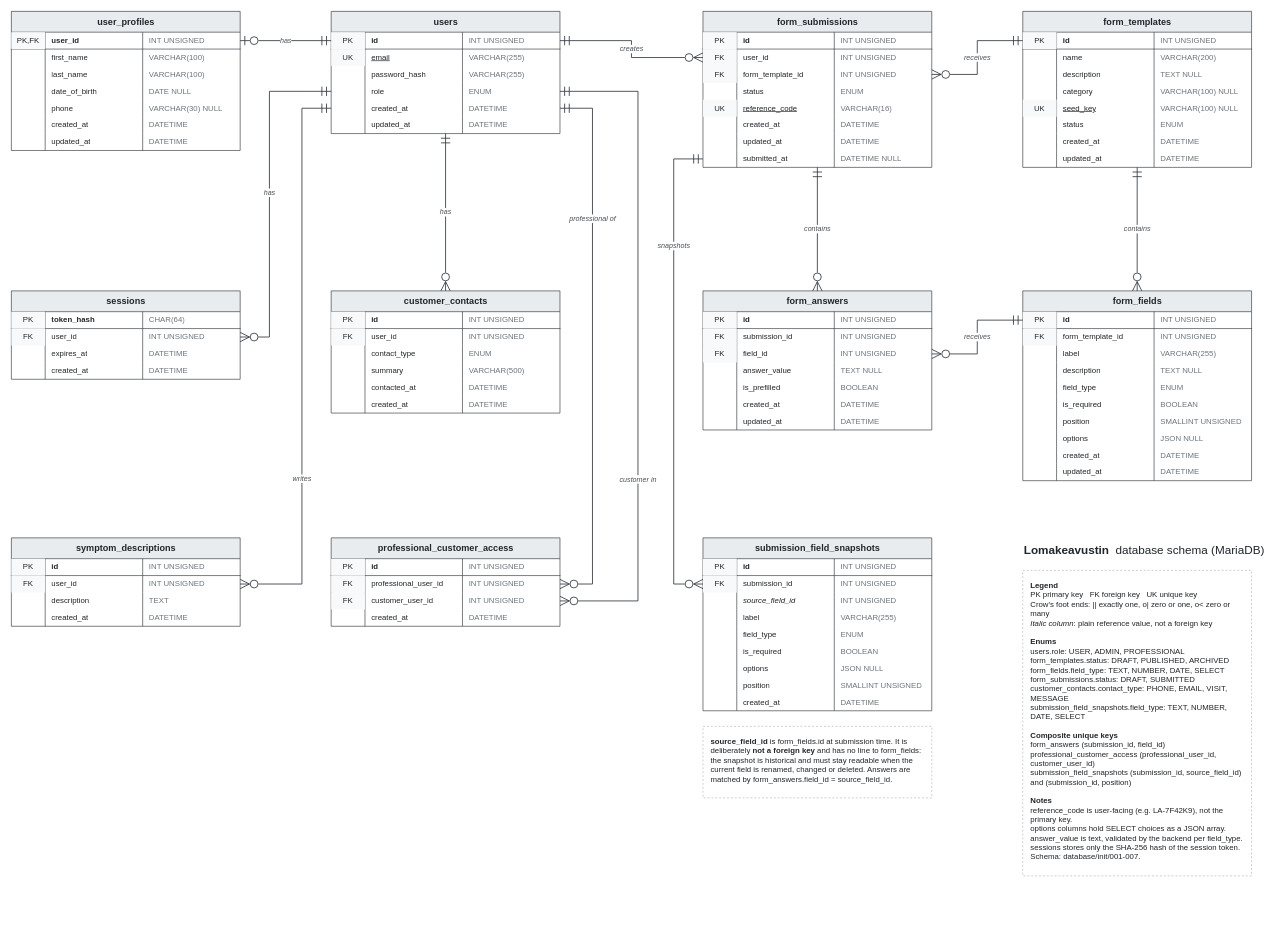
Above: docs/er/lomakeavustin-er.drawio in santtu-kumpulainen/lomake_avustin (draw.io), before the change. Source tidied: cells renumbered, new cells numbered last; positions are measured from the earlier drawing's top-left corner, leaving out a move shared by most shapes. Both pictures are drawn from the tidied source at 65%, with x=0, y=0 at pixel (11, 11).
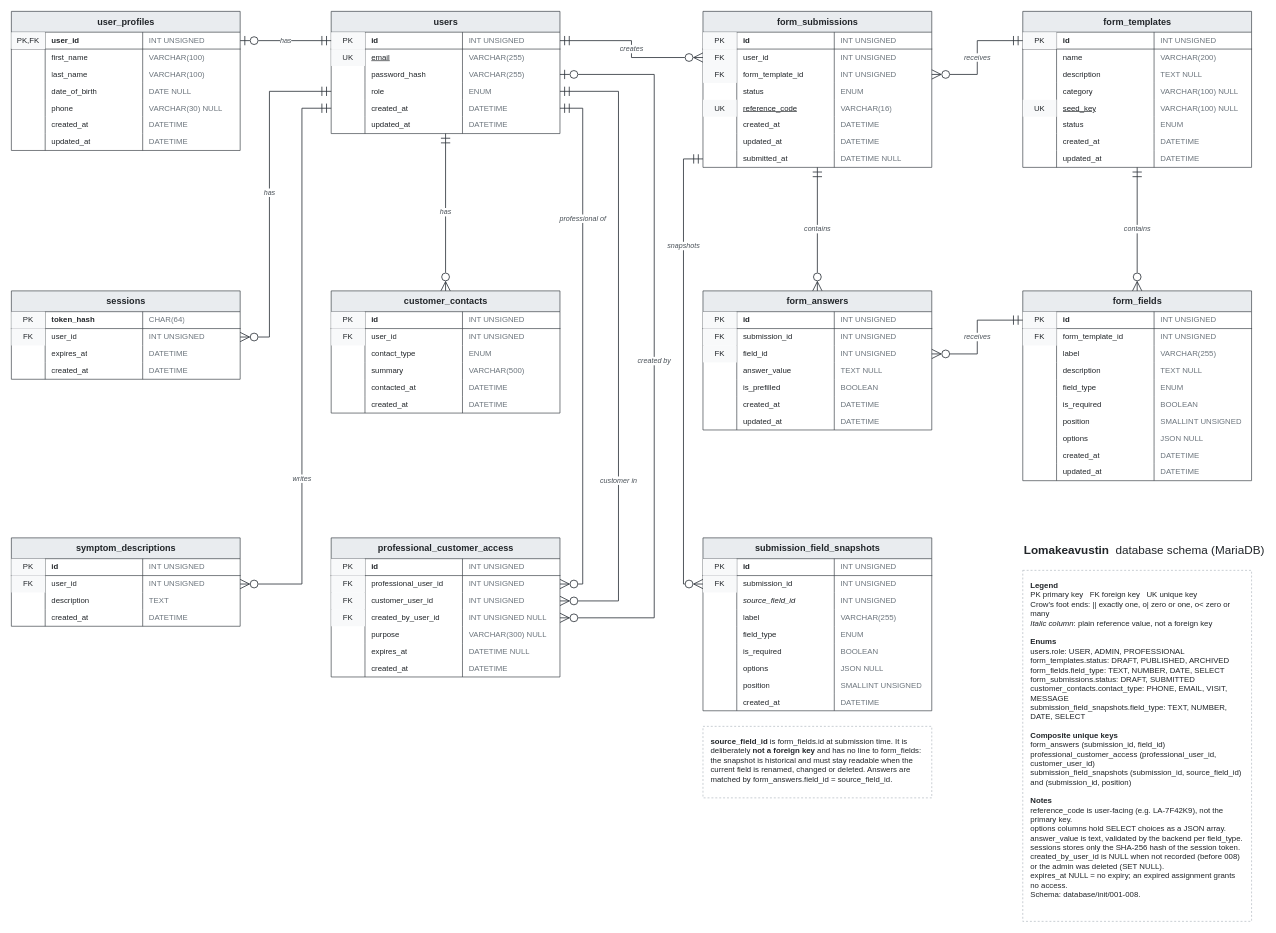
The same diagram, later.

Commit message (it also covers changes not shown here):
feat: add professional customer assignment metadata

The change refers to these unchanged cells:
```xml
<mxCell id="31" value="users" style="shape=table;startSize=32;childLayout=tableLayout;rowLines=0;fontStyle=1;align=center;html=1;fillColor=#e9ecef;strokeColor=#343a40;fontFamily=Helvetica;fontSize=14;fontColor=#212529;" parent="1" vertex="1">
  <mxGeometry x="492" width="352" height="188" as="geometry" />
</mxCell>
<mxCell id="56" value="form_submissions" style="shape=table;startSize=32;childLayout=tableLayout;rowLines=0;fontStyle=1;align=center;html=1;fillColor=#e9ecef;strokeColor=#343a40;fontFamily=Helvetica;fontSize=14;fontColor=#212529;" parent="1" vertex="1">
  <mxGeometry x="1064" width="352" height="240" as="geometry" />
</mxCell>
<mxCell id="268" value="submission_field_snapshots" style="shape=table;startSize=32;childLayout=tableLayout;rowLines=0;fontStyle=1;align=center;html=1;fillColor=#e9ecef;strokeColor=#343a40;fontFamily=Helvetica;fontSize=14;fontColor=#212529;" parent="1" vertex="1">
  <mxGeometry x="1064" y="810" width="352" height="266" as="geometry" />
</mxCell>
```

What changed in the source:
```diff
@@
     <mxCell id="251" value="professional_customer_access" style="shape=table;startSize=32;childLayout=tableLayout;rowLines=0;fontStyle=1;align=center;html=1;fillColor=#e9ecef;strokeColor=#343a40;fontFamily=Helvetica;fontSize=14;fontColor=#212529;" parent="1" vertex="1">
-      <mxGeometry x="492" y="810" width="352" height="136" as="geometry" />
+      <mxGeometry x="492" y="810" width="352" height="214" as="geometry" />
     </mxCell>
@@
+    <mxCell id="320" style="shape=tableRow;horizontal=0;startSize=0;swimlaneHead=0;swimlaneBody=0;fillColor=none;top=0;left=0;right=0;bottom=0;strokeColor=#343a40;" parent="251" vertex="1">
+      <mxGeometry y="110" width="352" height="26" as="geometry" />
+    </mxCell>
+    <mxCell id="321" value="FK" style="shape=partialRectangle;top=0;left=0;bottom=0;right=0;overflow=hidden;whiteSpace=wrap;html=1;verticalAlign=middle;strokeColor=#343a40;fontFamily=Helvetica;fontSize=12;fontColor=#212529;align=center;fillColor=#f8f9fa;" parent="320" vertex="1">
+      <mxGeometry width="52" height="26" as="geometry" />
+    </mxCell>
+    <mxCell id="322" value="created_by_user_id" style="shape=partialRectangle;top=0;left=0;bottom=0;right=0;overflow=hidden;whiteSpace=wrap;html=1;verticalAlign=middle;strokeColor=#343a40;fontFamily=Helvetica;fontSize=12;fontColor=#212529;align=left;spacingLeft=8;fillColor=none;" parent="320" vertex="1">
+      <mxGeometry x="52" width="150" height="26" as="geometry" />
+    </mxCell>
+    <mxCell id="323" value="INT UNSIGNED NULL" style="shape=partialRectangle;top=0;left=0;bottom=0;right=0;overflow=hidden;whiteSpace=wrap;html=1;verticalAlign=middle;strokeColor=#343a40;fontFamily=Helvetica;fontSize=12;fontColor=#212529;align=left;spacingLeft=8;fillColor=none;fontColor=#6c757d;" parent="320" vertex="1">
+      <mxGeometry x="202" width="150" height="26" as="geometry" />
+    </mxCell>
+    <mxCell id="324" style="shape=tableRow;horizontal=0;startSize=0;swimlaneHead=0;swimlaneBody=0;fillColor=none;top=0;left=0;right=0;bottom=0;strokeColor=#343a40;" parent="251" vertex="1">
+      <mxGeometry y="136" width="352" height="26" as="geometry" />
+    </mxCell>
+    <mxCell id="325" style="shape=partialRectangle;top=0;left=0;bottom=0;right=0;overflow=hidden;whiteSpace=wrap;html=1;verticalAlign=middle;strokeColor=#343a40;fontFamily=Helvetica;fontSize=12;fontColor=#212529;align=center;fillColor=none;" parent="324" vertex="1">
+      <mxGeometry width="52" height="26" as="geometry" />
+    </mxCell>
+    <mxCell id="326" value="purpose" style="shape=partialRectangle;top=0;left=0;bottom=0;right=0;overflow=hidden;whiteSpace=wrap;html=1;verticalAlign=middle;strokeColor=#343a40;fontFamily=Helvetica;fontSize=12;fontColor=#212529;align=left;spacingLeft=8;fillColor=none;" parent="324" vertex="1">
+      <mxGeometry x="52" width="150" height="26" as="geometry" />
+    </mxCell>
+    <mxCell id="327" value="VARCHAR(300) NULL" style="shape=partialRectangle;top=0;left=0;bottom=0;right=0;overflow=hidden;whiteSpace=wrap;html=1;verticalAlign=middle;strokeColor=#343a40;fontFamily=Helvetica;fontSize=12;fontColor=#212529;align=left;spacingLeft=8;fillColor=none;fontColor=#6c757d;" parent="324" vertex="1">
+      <mxGeometry x="202" width="150" height="26" as="geometry" />
+    </mxCell>
+    <mxCell id="328" style="shape=tableRow;horizontal=0;startSize=0;swimlaneHead=0;swimlaneBody=0;fillColor=none;top=0;left=0;right=0;bottom=0;strokeColor=#343a40;" parent="251" vertex="1">
+      <mxGeometry y="162" width="352" height="26" as="geometry" />
+    </mxCell>
+    <mxCell id="329" style="shape=partialRectangle;top=0;left=0;bottom=0;right=0;overflow=hidden;whiteSpace=wrap;html=1;verticalAlign=middle;strokeColor=#343a40;fontFamily=Helvetica;fontSize=12;fontColor=#212529;align=center;fillColor=none;" parent="328" vertex="1">
+      <mxGeometry width="52" height="26" as="geometry" />
+    </mxCell>
+    <mxCell id="330" value="expires_at" style="shape=partialRectangle;top=0;left=0;bottom=0;right=0;overflow=hidden;whiteSpace=wrap;html=1;verticalAlign=middle;strokeColor=#343a40;fontFamily=Helvetica;fontSize=12;fontColor=#212529;align=left;spacingLeft=8;fillColor=none;" parent="328" vertex="1">
+      <mxGeometry x="52" width="150" height="26" as="geometry" />
+    </mxCell>
+    <mxCell id="331" value="DATETIME NULL" style="shape=partialRectangle;top=0;left=0;bottom=0;right=0;overflow=hidden;whiteSpace=wrap;html=1;verticalAlign=middle;strokeColor=#343a40;fontFamily=Helvetica;fontSize=12;fontColor=#212529;align=left;spacingLeft=8;fillColor=none;fontColor=#6c757d;" parent="328" vertex="1">
+      <mxGeometry x="202" width="150" height="26" as="geometry" />
+    </mxCell>
     <mxCell id="264" style="shape=tableRow;horizontal=0;startSize=0;swimlaneHead=0;swimlaneBody=0;fillColor=none;top=0;left=0;right=0;bottom=0;strokeColor=#343a40;" parent="251" vertex="1">
-      <mxGeometry y="110" width="352" height="26" as="geometry" />
+      <mxGeometry y="188" width="352" height="26" as="geometry" />
     </mxCell>
@@
-    <mxCell id="314" value="customer in" style="edgeStyle=orthogonalEdgeStyle;rounded=0;html=1;endSize=12;startSize=12;startArrow=ERmandOne;startFill=0;endArrow=ERzeroToMany;endFill=0;strokeColor=#343a40;strokeWidth=1.3;exitX=1;exitY=0.6543;exitDx=0;exitDy=0;entryX=1;entryY=0.7132;entryDx=0;entryDy=0;labelBackgroundColor=#ffffff;fontSize=11;fontColor=#495057;fontStyle=2;" parent="1" edge="1" source="31" target="251">
-      <mxGeometry x="0.4" relative="1" as="geometry">
+    <mxCell id="314" value="customer in" style="edgeStyle=orthogonalEdgeStyle;rounded=0;html=1;endSize=12;startSize=12;startArrow=ERmandOne;startFill=0;endArrow=ERzeroToMany;endFill=0;strokeColor=#343a40;strokeWidth=1.3;exitX=1;exitY=0.6543;exitDx=0;exitDy=0;entryX=1;entryY=0.4533;entryDx=0;entryDy=0;labelBackgroundColor=#ffffff;fontSize=11;fontColor=#495057;fontStyle=2;" parent="1" edge="1" source="31" target="251">
+      <mxGeometry x="0.43" relative="1" as="geometry">
         <Array as="points">
-          <mxPoint x="964" y="123" />
-          <mxPoint x="964" y="907" />
+          <mxPoint x="934" y="123" />
+          <mxPoint x="934" y="907" />
         </Array>
       </mxGeometry>
     </mxCell>
-    <mxCell id="315" value="professional of" style="edgeStyle=orthogonalEdgeStyle;rounded=0;html=1;endSize=12;startSize=12;startArrow=ERmandOne;startFill=0;endArrow=ERzeroToMany;endFill=0;strokeColor=#343a40;strokeWidth=1.3;exitX=1;exitY=0.7926;exitDx=0;exitDy=0;entryX=1;entryY=0.5221;entryDx=0;entryDy=0;labelBackgroundColor=#ffffff;fontSize=11;fontColor=#495057;fontStyle=2;" parent="1" edge="1" source="31" target="251">
-      <mxGeometry x="-0.47" relative="1" as="geometry">
+    <mxCell id="315" value="professional of" style="edgeStyle=orthogonalEdgeStyle;rounded=0;html=1;endSize=12;startSize=12;startArrow=ERmandOne;startFill=0;endArrow=ERzeroToMany;endFill=0;strokeColor=#343a40;strokeWidth=1.3;exitX=1;exitY=0.7926;exitDx=0;exitDy=0;entryX=1;entryY=0.3318;entryDx=0;entryDy=0;labelBackgroundColor=#ffffff;fontSize=11;fontColor=#495057;fontStyle=2;" parent="1" edge="1" source="31" target="251">
+      <mxGeometry x="-0.49" relative="1" as="geometry">
         <Array as="points">
-          <mxPoint x="894" y="149" />
-          <mxPoint x="894" y="881" />
+          <mxPoint x="879" y="149" />
+          <mxPoint x="879" y="881" />
         </Array>
       </mxGeometry>
     </mxCell>
+    <mxCell id="332" value="created by" style="edgeStyle=orthogonalEdgeStyle;rounded=0;html=1;endSize=12;startSize=12;startArrow=ERzeroToOne;startFill=0;endArrow=ERzeroToMany;endFill=0;strokeColor=#343a40;strokeWidth=1.3;exitX=1;exitY=0.516;exitDx=0;exitDy=0;entryX=1;entryY=0.5748;entryDx=0;entryDy=0;labelBackgroundColor=#ffffff;fontSize=11;fontColor=#495057;fontStyle=2;" parent="1" edge="1" source="31" target="251">
+      <mxGeometry x="0.04" relative="1" as="geometry">
+        <Array as="points">
+          <mxPoint x="989" y="97" />
+          <mxPoint x="989" y="933" />
+        </Array>
+      </mxGeometry>
+    </mxCell>
     <mxCell id="316" value="snapshots" style="edgeStyle=orthogonalEdgeStyle;rounded=0;html=1;endSize=12;startSize=12;startArrow=ERmandOne;startFill=0;endArrow=ERzeroToMany;endFill=0;strokeColor=#343a40;strokeWidth=1.3;exitX=0;exitY=0.9458;exitDx=0;exitDy=0;entryX=0;entryY=0.2669;entryDx=0;entryDy=0;labelBackgroundColor=#ffffff;fontSize=11;fontColor=#495057;fontStyle=2;" parent="1" edge="1" source="56" target="268">
-      <mxGeometry x="-0.52" relative="1" as="geometry">
+      <mxGeometry x="-0.54" relative="1" as="geometry">
         <Array as="points">
-          <mxPoint x="1019" y="227" />
-          <mxPoint x="1019" y="881" />
+          <mxPoint x="1034" y="227" />
+          <mxPoint x="1034" y="881" />
         </Array>
       </mxGeometry>
     </mxCell>
-    <mxCell id="317" value="&lt;b&gt;Legend&lt;/b&gt;&lt;br&gt;PK primary key &amp;nbsp; FK foreign key &amp;nbsp; UK unique key&lt;br&gt;Crow's foot ends: || exactly one, o| zero or one, o&amp;lt; zero or many&lt;br&gt;&lt;i&gt;Italic column&lt;/i&gt;: plain reference value, not a foreign key&lt;br&gt;&lt;br&gt;&lt;b&gt;Enums&lt;/b&gt;&lt;br&gt;users.role: USER, ADMIN, PROFESSIONAL&lt;br&gt;form_templates.status: DRAFT, PUBLISHED, ARCHIVED&lt;br&gt;form_fields.field_type: TEXT, NUMBER, DATE, SELECT&lt;br&gt;form_submissions.status: DRAFT, SUBMITTED&lt;br&gt;customer_contacts.contact_type: PHONE, EMAIL, VISIT, MESSAGE&lt;br&gt;submission_field_snapshots.field_type: TEXT, NUMBER, DATE, SELECT&lt;br&gt;&lt;br&gt;&lt;b&gt;Composite unique keys&lt;/b&gt;&lt;br&gt;form_answers (submission_id, field_id)&lt;br&gt;professional_customer_access (professional_user_id, customer_user_id)&lt;br&gt;submission_field_snapshots (submission_id, source_field_id) and (submission_id, position)&lt;br&gt;&lt;br&gt;&lt;b&gt;Notes&lt;/b&gt;&lt;br&gt;reference_code is user-facing (e.g. LA-7F42K9), not the primary key.&lt;br&gt;options columns hold SELECT choices as a JSON array.&lt;br&gt;answer_value is text, validated by the backend per field_type.&lt;br&gt;sessions stores only the SHA-256 hash of the session token.&lt;br&gt;Schema: database/init/001-007." style="text;html=1;align=left;verticalAlign=top;whiteSpace=wrap;spacing=12;strokeColor=#adb5bd;fillColor=#ffffff;dashed=1;fontFamily=Helvetica;fontSize=12;fontColor=#212529;" parent="1" vertex="1">
-      <mxGeometry x="1556" y="860" width="352" height="470" as="geometry" />
+    <mxCell id="317" value="&lt;b&gt;Legend&lt;/b&gt;&lt;br&gt;PK primary key &amp;nbsp; FK foreign key &amp;nbsp; UK unique key&lt;br&gt;Crow's foot ends: || exactly one, o| zero or one, o&amp;lt; zero or many&lt;br&gt;&lt;i&gt;Italic column&lt;/i&gt;: plain reference value, not a foreign key&lt;br&gt;&lt;br&gt;&lt;b&gt;Enums&lt;/b&gt;&lt;br&gt;users.role: USER, ADMIN, PROFESSIONAL&lt;br&gt;form_templates.status: DRAFT, PUBLISHED, ARCHIVED&lt;br&gt;form_fields.field_type: TEXT, NUMBER, DATE, SELECT&lt;br&gt;form_submissions.status: DRAFT, SUBMITTED&lt;br&gt;customer_contacts.contact_type: PHONE, EMAIL, VISIT, MESSAGE&lt;br&gt;submission_field_snapshots.field_type: TEXT, NUMBER, DATE, SELECT&lt;br&gt;&lt;br&gt;&lt;b&gt;Composite unique keys&lt;/b&gt;&lt;br&gt;form_answers (submission_id, field_id)&lt;br&gt;professional_customer_access (professional_user_id, customer_user_id)&lt;br&gt;submission_field_snapshots (submission_id, source_field_id) and (submission_id, position)&lt;br&gt;&lt;br&gt;&lt;b&gt;Notes&lt;/b&gt;&lt;br&gt;reference_code is user-facing (e.g. LA-7F42K9), not the primary key.&lt;br&gt;options columns hold SELECT choices as a JSON array.&lt;br&gt;answer_value is text, validated by the backend per field_type.&lt;br&gt;sessions stores only the SHA-256 hash of the session token.&lt;br&gt;created_by_user_id is NULL when not recorded (before 008) or the admin was deleted (SET NULL).&lt;br&gt;expires_at NULL = no expiry; an expired assignment grants no access.&lt;br&gt;Schema: database/init/001-008." style="text;html=1;align=left;verticalAlign=top;whiteSpace=wrap;spacing=12;strokeColor=#adb5bd;fillColor=#ffffff;dashed=1;fontFamily=Helvetica;fontSize=12;fontColor=#212529;" parent="1" vertex="1">
+      <mxGeometry x="1556" y="860" width="352" height="540" as="geometry" />
     </mxCell>
```
